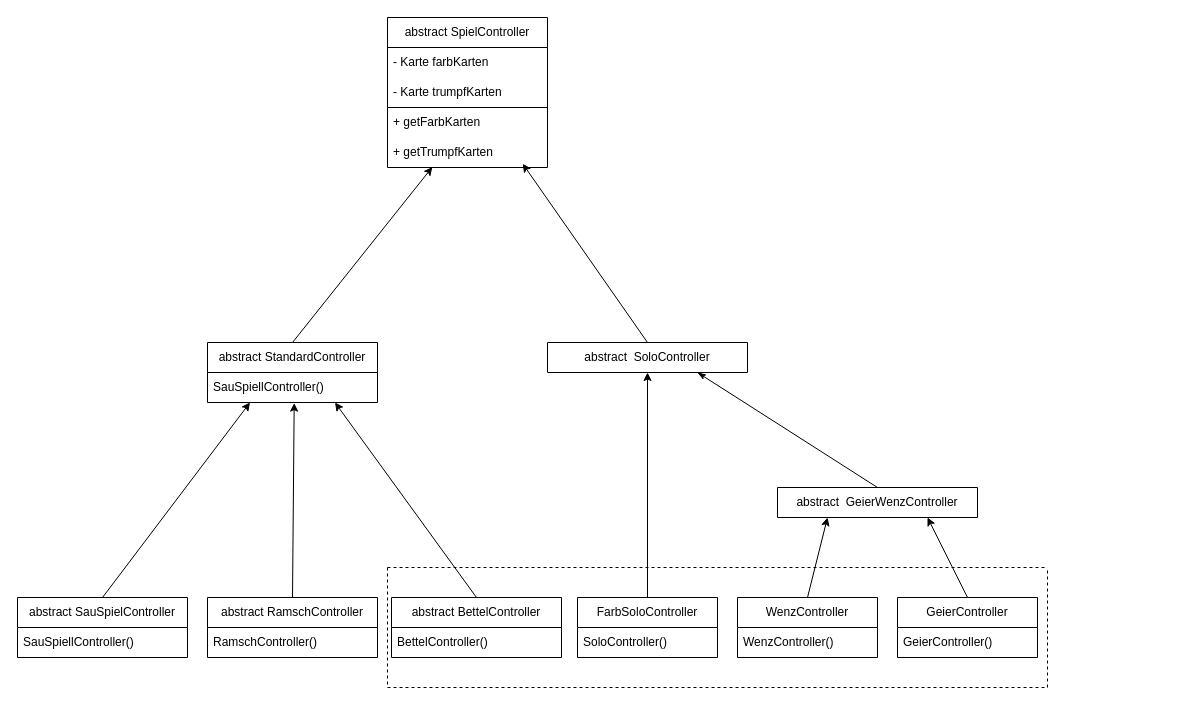
Before: SpielController.drawio in Vale54321/schafkopf-bot, a draw.io diagram. Source tidied: cells renumbered, new cells numbered last; positions are measured from the earlier drawing's top-left corner, leaving out a move shared by most shapes. Both pictures are drawn from the tidied source at 100%, with x=0, y=0 at pixel (17, 17).
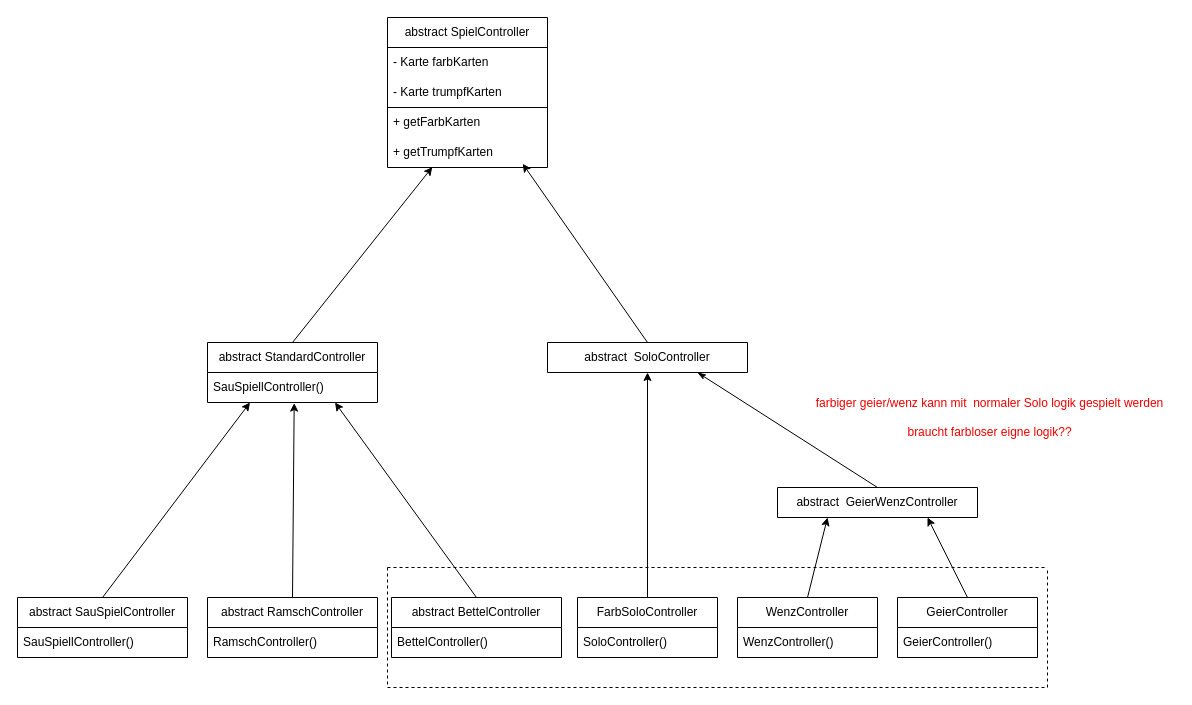
Above is the later version.

Diff of the diagram source:
```diff
@@
+    <mxCell id="34" value="&lt;font color=&quot;#f00000&quot;&gt;farbiger geier/wenz kann mit&amp;nbsp; normaler Solo logik gespielt werden&lt;br&gt;&lt;br&gt;braucht farbloser eigne logik??&lt;/font&gt;" style="text;html=1;align=center;verticalAlign=middle;strokeColor=none;fillColor=none;" parent="1" vertex="1">
+      <mxGeometry x="787" y="370" width="370" height="60" as="geometry" />
+    </mxCell>
```
